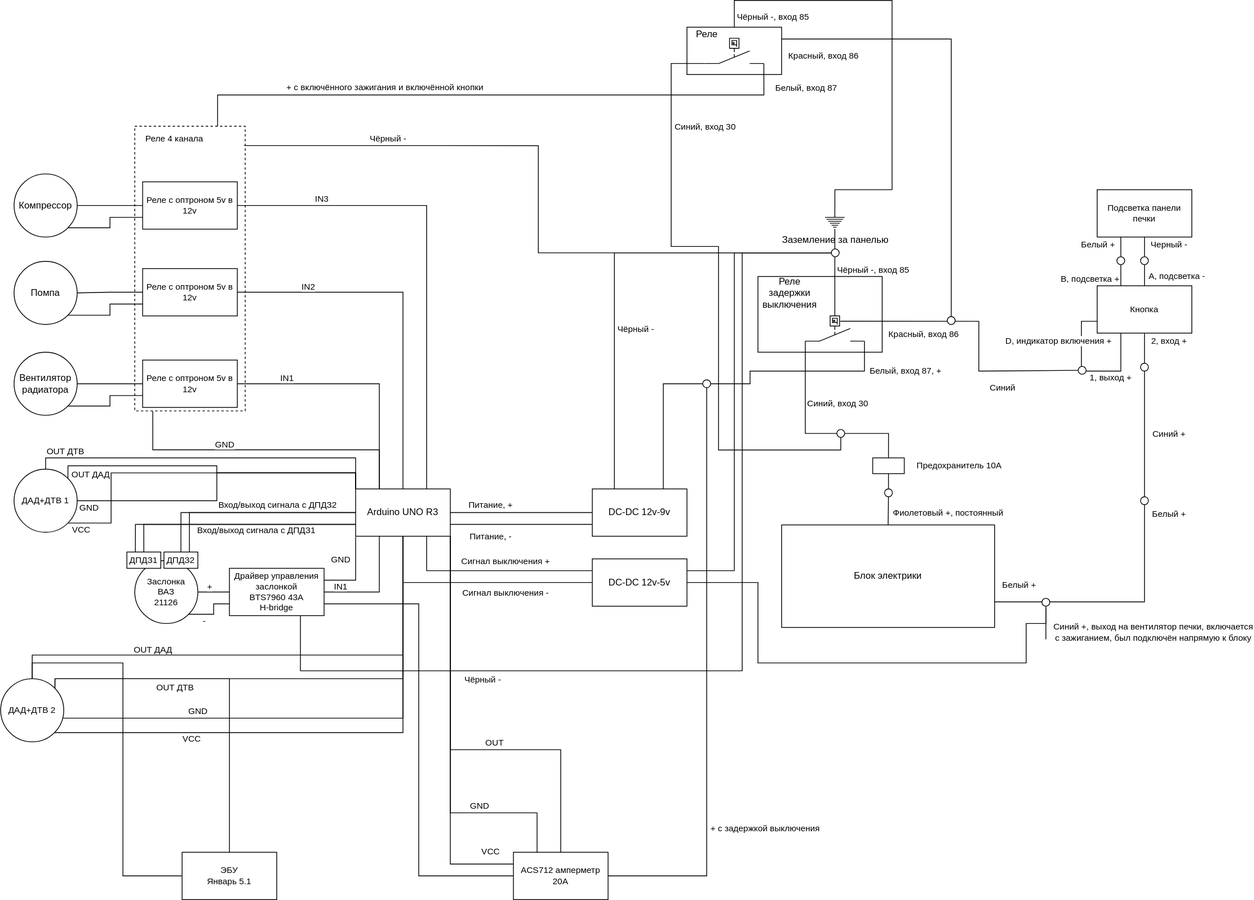
Above: electrical_scheme.drawio.svg in kak-tus/compressor (draw.io), before the change. Source tidied: cells renumbered, new cells last; positions are measured from the earlier drawing's top-left corner, leaving out a move shared by most shapes.
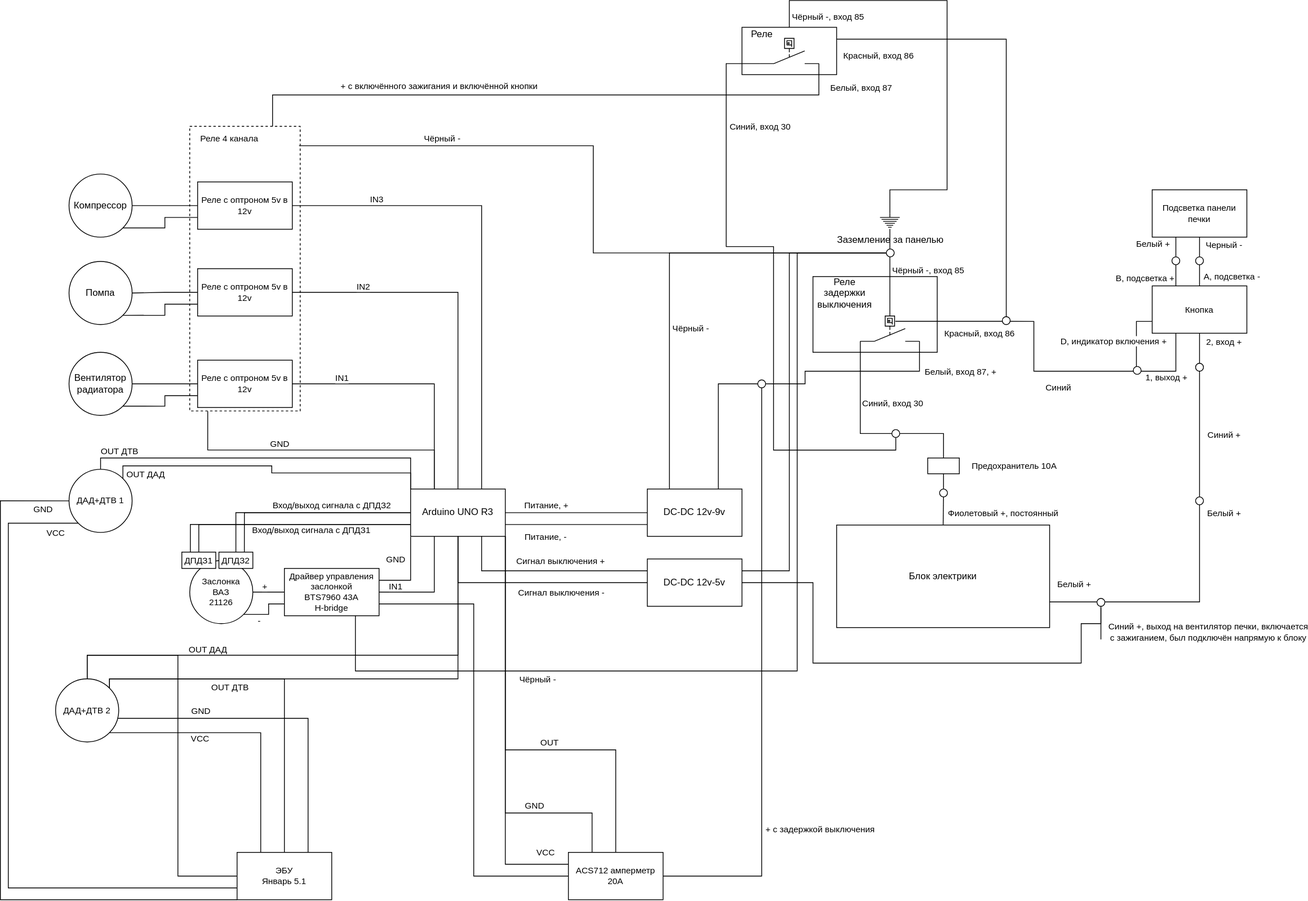
The same diagram one commit later.

Commit message:
Get gnd and vcc for sensors from ebu.

DAD 2 and DTV 2 sensors out data to ebu, so get gnd, vcc from ebu to allow corrct ebu mesuarments.
In arduino we get same data and we can correct them with code if vcc ebu != vcc arduino.

The edit, as a diff of the source:
```diff
@@ -513,10 +513,10 @@
     <mxCell id="123" value="Реле 4 канала" style="text;html=1;align=center;verticalAlign=middle;strokeColor=none;fillColor=none;fontSize=11;fontFamily=Helvetica;fontColor=default;" parent="1" vertex="1">
       <mxGeometry x="170" y="159.6" width="100" height="30" as="geometry" />
     </mxCell>
-    <mxCell id="124" style="edgeStyle=orthogonalEdgeStyle;shape=connector;rounded=0;jettySize=auto;html=1;entryX=0.5;entryY=1;entryDx=0;entryDy=0;labelBackgroundColor=default;strokeColor=default;fontFamily=Helvetica;fontSize=11;fontColor=default;endArrow=none;endFill=0;" parent="1" edge="1" source="131" target="81">
+    <mxCell id="124" style="edgeStyle=orthogonalEdgeStyle;shape=connector;rounded=0;jettySize=auto;html=1;entryX=0.75;entryY=0;entryDx=0;entryDy=0;labelBackgroundColor=default;strokeColor=default;fontFamily=Helvetica;fontSize=11;fontColor=default;endArrow=none;endFill=0;" parent="1" edge="1" source="131" target="152">
       <mxGeometry relative="1" as="geometry">
         <Array as="points">
-          <mxPoint x="510" y="910" />
+          <mxPoint x="320" y="910" />
         </Array>
       </mxGeometry>
     </mxCell>
@@ -525,12 +525,12 @@
         <mxPoint x="-1" y="-8" as="offset" />
       </mxGeometry>
     </mxCell>
-    <mxCell id="126" style="edgeStyle=orthogonalEdgeStyle;shape=connector;rounded=0;jettySize=auto;html=1;exitX=1;exitY=1;exitDx=0;exitDy=0;entryX=0.5;entryY=1;entryDx=0;entryDy=0;labelBackgroundColor=default;strokeColor=default;fontFamily=Helvetica;fontSize=11;fontColor=default;endArrow=none;endFill=0;" parent="1" edge="1" source="131" target="81">
+    <mxCell id="126" style="edgeStyle=orthogonalEdgeStyle;shape=connector;rounded=0;jettySize=auto;html=1;exitX=1;exitY=1;exitDx=0;exitDy=0;labelBackgroundColor=default;strokeColor=default;fontFamily=Helvetica;fontSize=11;fontColor=default;endArrow=none;endFill=0;entryX=0.25;entryY=0;entryDx=0;entryDy=0;" parent="1" edge="1" source="131" target="152">
       <mxGeometry relative="1" as="geometry" />
     </mxCell>
     <mxCell id="127" value="VCC" style="edgeLabel;html=1;align=center;verticalAlign=middle;fontSize=11;fontFamily=Helvetica;fontColor=default;" parent="126" vertex="1">
       <mxGeometry x="-0.5" relative="1" as="geometry">
-        <mxPoint y="7" as="offset" />
+        <mxPoint x="28" y="7" as="offset" />
       </mxGeometry>
     </mxCell>
     <mxCell id="128" style="edgeStyle=orthogonalEdgeStyle;rounded=0;jettySize=auto;html=1;exitX=0.5;exitY=0;exitDx=0;exitDy=0;entryX=0.5;entryY=1;entryDx=0;entryDy=0;endArrow=none;endFill=0;" parent="1" edge="1" source="131" target="81">
@@ -542,7 +542,13 @@
       </mxGeometry>
     </mxCell>
     <mxCell id="129" style="edgeStyle=orthogonalEdgeStyle;shape=connector;rounded=0;jettySize=auto;html=1;exitX=0.5;exitY=0;exitDx=0;exitDy=0;entryX=0;entryY=0.5;entryDx=0;entryDy=0;labelBackgroundColor=default;strokeColor=default;fontFamily=Helvetica;fontSize=11;fontColor=default;endArrow=none;endFill=0;" parent="1" edge="1" source="131" target="152">
-      <mxGeometry relative="1" as="geometry" />
+      <mxGeometry relative="1" as="geometry">
+        <Array as="points">
+          <mxPoint x="40" y="830" />
+          <mxPoint x="155" y="830" />
+          <mxPoint x="155" y="1110" />
+        </Array>
+      </mxGeometry>
     </mxCell>
     <mxCell id="130" style="edgeStyle=orthogonalEdgeStyle;shape=connector;rounded=0;jettySize=auto;html=1;exitX=1;exitY=0;exitDx=0;exitDy=0;entryX=0.5;entryY=0;entryDx=0;entryDy=0;labelBackgroundColor=default;strokeColor=default;fontFamily=Helvetica;fontSize=11;fontColor=default;endArrow=none;endFill=0;" parent="1" edge="1" source="131" target="152">
       <mxGeometry relative="1" as="geometry">
@@ -605,12 +611,11 @@
         </Array>
       </mxGeometry>
     </mxCell>
-    <mxCell id="143" style="edgeStyle=orthogonalEdgeStyle;shape=connector;rounded=0;jettySize=auto;html=1;exitX=1;exitY=0.5;exitDx=0;exitDy=0;entryX=0;entryY=0;entryDx=0;entryDy=0;labelBackgroundColor=default;strokeColor=default;fontFamily=Helvetica;fontSize=11;fontColor=default;endArrow=none;endFill=0;" parent="1" edge="1" source="151" target="81">
+    <mxCell id="143" style="edgeStyle=orthogonalEdgeStyle;shape=connector;rounded=0;jettySize=auto;html=1;exitX=0;exitY=0.5;exitDx=0;exitDy=0;entryX=0;entryY=1;entryDx=0;entryDy=0;labelBackgroundColor=default;strokeColor=default;fontFamily=Helvetica;fontSize=11;fontColor=default;endArrow=none;endFill=0;" parent="1" edge="1" source="151" target="152">
       <mxGeometry relative="1" as="geometry">
         <Array as="points">
-          <mxPoint x="274" y="634" />
-          <mxPoint x="274" y="599" />
-          <mxPoint x="450" y="599" />
+          <mxPoint x="-70" y="634" />
+          <mxPoint x="-70" y="1140" />
         </Array>
       </mxGeometry>
     </mxCell>
@@ -634,12 +639,11 @@
         <mxPoint x="8" y="8" as="offset" />
       </mxGeometry>
     </mxCell>
-    <mxCell id="147" style="edgeStyle=orthogonalEdgeStyle;shape=connector;rounded=0;jettySize=auto;html=1;exitX=1;exitY=1;exitDx=0;exitDy=0;entryX=0;entryY=0;entryDx=0;entryDy=0;labelBackgroundColor=default;strokeColor=default;fontFamily=Helvetica;fontSize=11;fontColor=default;endArrow=none;endFill=0;" parent="1" edge="1" source="151" target="81">
+    <mxCell id="147" style="edgeStyle=orthogonalEdgeStyle;shape=connector;rounded=0;jettySize=auto;html=1;exitX=0;exitY=1;exitDx=0;exitDy=0;entryX=0;entryY=0.75;entryDx=0;entryDy=0;labelBackgroundColor=default;strokeColor=default;fontFamily=Helvetica;fontSize=11;fontColor=default;endArrow=none;endFill=0;" parent="1" edge="1" source="151" target="152">
       <mxGeometry relative="1" as="geometry">
         <Array as="points">
-          <mxPoint x="140" y="663" />
-          <mxPoint x="140" y="599" />
-          <mxPoint x="450" y="599" />
+          <mxPoint x="-60" y="663" />
+          <mxPoint x="-60" y="1125" />
         </Array>
       </mxGeometry>
     </mxCell>
```
